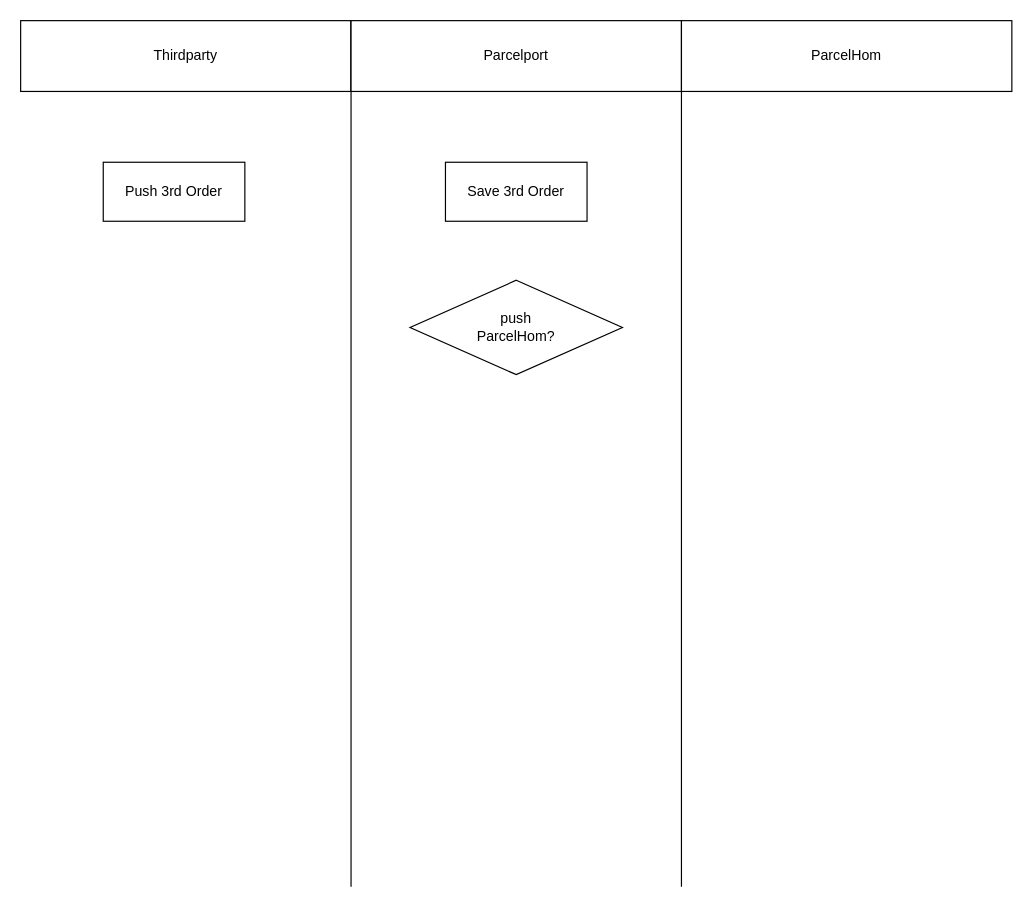
This is draw.io/parcelhom-parcelport.drawio from Kevin-Huang-NZ/notes, a draw.io file, before an edit. Source tidied: cells renumbered, new cells numbered last; positions are measured from the earlier drawing's top-left corner, leaving out a move shared by most shapes. Both pictures are drawn from the tidied source at 118%, with x=0, y=0 at pixel (20, 20).
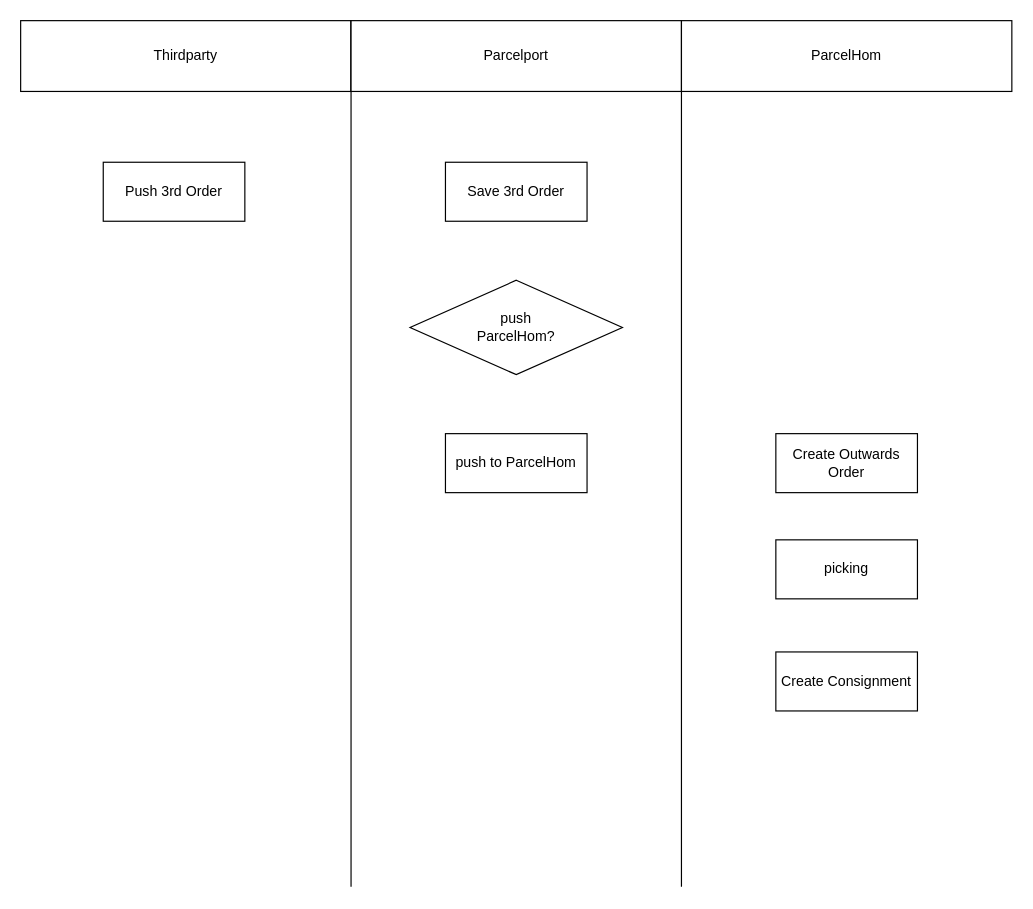
The same diagram, later.

The edit, as a diff of the source:
```diff
@@
 <mxGraphModel>
   <root>
     <mxCell id="0" />
     <mxCell id="1" parent="0" />
     <mxCell id="2" value="Thirdparty" style="rounded=0;whiteSpace=wrap;html=1;" parent="1" vertex="1">
       <mxGeometry width="280" height="60" as="geometry" />
     </mxCell>
     <mxCell id="3" style="endArrow=none;html=1;rounded=0;" parent="1" edge="1">
       <mxGeometry relative="1" as="geometry">
         <mxPoint x="280" y="734" as="sourcePoint" />
         <mxPoint x="280" as="targetPoint" />
       </mxGeometry>
     </mxCell>
     <mxCell id="4" style="endArrow=none;html=1;rounded=0;" parent="1" edge="1">
       <mxGeometry relative="1" as="geometry">
         <mxPoint x="560" y="734" as="sourcePoint" />
         <mxPoint x="560" as="targetPoint" />
       </mxGeometry>
     </mxCell>
     <mxCell id="5" value="Parcelport" style="rounded=0;whiteSpace=wrap;html=1;" parent="1" vertex="1">
       <mxGeometry x="280" width="280" height="60" as="geometry" />
     </mxCell>
     <mxCell id="6" value="ParcelHom" style="rounded=0;whiteSpace=wrap;html=1;" parent="1" vertex="1">
       <mxGeometry x="560" width="280" height="60" as="geometry" />
     </mxCell>
     <mxCell id="7" value="Push 3rd Order" style="rounded=0;whiteSpace=wrap;html=1;" parent="1" vertex="1">
       <mxGeometry x="70" y="120" width="120" height="50" as="geometry" />
     </mxCell>
     <mxCell id="8" value="Save 3rd Order" style="rounded=0;whiteSpace=wrap;html=1;" parent="1" vertex="1">
       <mxGeometry x="360" y="120" width="120" height="50" as="geometry" />
     </mxCell>
     <mxCell id="9" value="push &lt;br&gt;ParcelHom?" style="rhombus;whiteSpace=wrap;html=1;" parent="1" vertex="1">
       <mxGeometry x="330" y="220" width="180" height="80" as="geometry" />
     </mxCell>
+    <mxCell id="10" value="push to ParcelHom" style="rounded=0;whiteSpace=wrap;html=1;" parent="1" vertex="1">
+      <mxGeometry x="360" y="350" width="120" height="50" as="geometry" />
+    </mxCell>
+    <mxCell id="11" value="Create Outwards&lt;br&gt;Order" style="rounded=0;whiteSpace=wrap;html=1;" parent="1" vertex="1">
+      <mxGeometry x="640" y="350" width="120" height="50" as="geometry" />
+    </mxCell>
+    <mxCell id="12" value="picking" style="rounded=0;whiteSpace=wrap;html=1;" parent="1" vertex="1">
+      <mxGeometry x="640" y="440" width="120" height="50" as="geometry" />
+    </mxCell>
+    <mxCell id="13" value="Create Consignment" style="rounded=0;whiteSpace=wrap;html=1;" parent="1" vertex="1">
+      <mxGeometry x="640" y="535" width="120" height="50" as="geometry" />
+    </mxCell>
   </root>
 </mxGraphModel>
```
